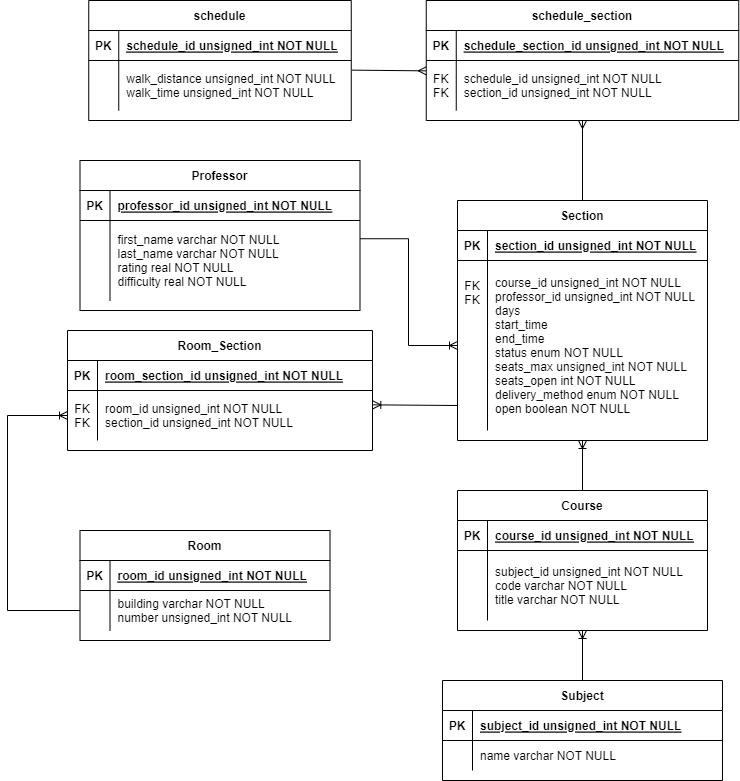
The draw.io diagram Entity Relationship Diagram Storage.png in MckennahPalmer/CSE430, before a commit. Source tidied: cells renumbered, new cells last; positions are measured from the earlier drawing's top-left corner, leaving out a move shared by most shapes.
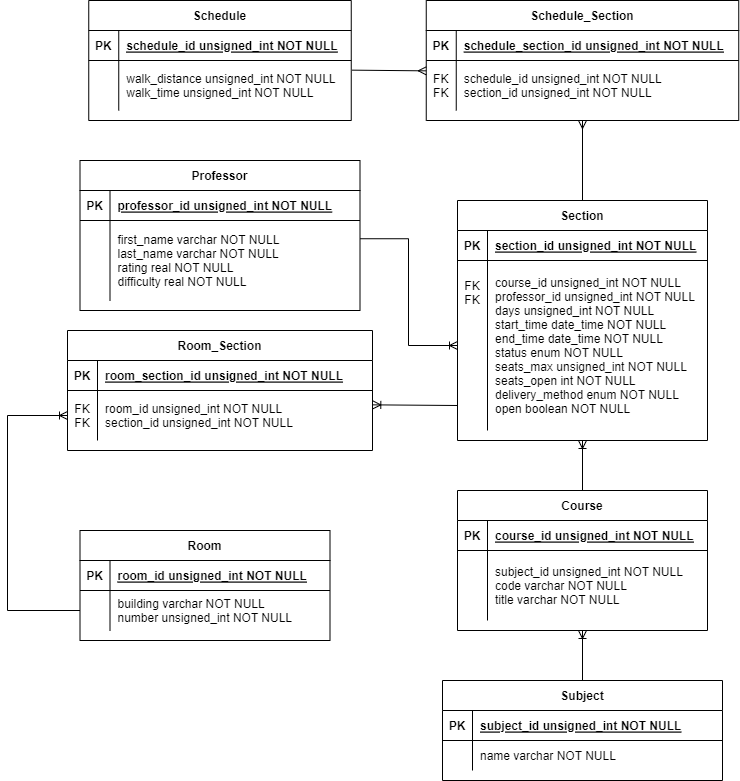
Above is the later version.

The edit, as a diff of the source:
```diff
@@ -41,7 +41,7 @@
     <mxCell id="14" value="FK&#10;FK&#10;&#10;&#10;&#10;&#10;&#10;&#10;" style="shape=partialRectangle;overflow=hidden;fillColor=none;top=0;left=0;bottom=0;right=0;spacingTop=-5;spacingBottom=4;" parent="13" vertex="1">
       <mxGeometry width="30" height="170" as="geometry" />
     </mxCell>
-    <mxCell id="15" value="course_id unsigned_int NOT NULL&#10;professor_id unsigned_int NOT NULL&#10;days&#10;start_time&#10;end_time&#10;status enum NOT NULL&#10;seats_max unsigned_int NOT NULL&#10;seats_open int NOT NULL&#10;delivery_method enum NOT NULL&#10;open boolean NOT NULL" style="shape=partialRectangle;overflow=hidden;fillColor=none;top=0;left=0;bottom=0;right=0;align=left;spacingLeft=6;" parent="13" vertex="1">
+    <mxCell id="15" value="course_id unsigned_int NOT NULL&#10;professor_id unsigned_int NOT NULL&#10;days unsigned_int NOT NULL&#10;start_time date_time NOT NULL&#10;end_time date_time NOT NULL&#10;status enum NOT NULL&#10;seats_max unsigned_int NOT NULL&#10;seats_open int NOT NULL&#10;delivery_method enum NOT NULL&#10;open boolean NOT NULL" style="shape=partialRectangle;overflow=hidden;fillColor=none;top=0;left=0;bottom=0;right=0;align=left;spacingLeft=6;" parent="13" vertex="1">
       <mxGeometry x="30" width="220" height="170" as="geometry" />
     </mxCell>
     <mxCell id="16" value="Room" style="shape=table;startSize=30;rowLines=0;fontStyle=1;align=center;" parent="1" vertex="1">
@@ -62,7 +62,7 @@
     <mxCell id="21" style="shape=partialRectangle;overflow=hidden;fillColor=none;top=0;left=0;bottom=0;right=0;" parent="20" vertex="1">
       <mxGeometry width="30" height="40" as="geometry" />
     </mxCell>
-    <mxCell id="22" value="building varchar NOT NULL&#10;number unsigned_int NOT NULL" style="shape=partialRectangle;overflow=hidden;fillColor=none;top=0;left=0;bottom=0;right=0;align=left;spacingLeft=6;" parent="20" vertex="1">
+    <mxCell id="22" value="building varchar NOT NULL&#10;number unsigned_int NOT NULL" style="shape=partialRectangle;overflow=hidden;fillColor=none;top=0;left=0;bottom=0;right=0;align=left;spacingLeft=6;fontStyle=0;" parent="20" vertex="1">
       <mxGeometry x="30" width="220" height="40" as="geometry" />
     </mxCell>
     <mxCell id="23" value="Room_Section" style="shape=table;startSize=30;rowLines=0;fontStyle=1;align=center;" parent="1" vertex="1">
@@ -149,7 +149,7 @@
     <mxCell id="48" style="fontSize=12;html=1;endArrow=ERoneToMany;rounded=0;exitX=1.001;exitY=0.228;exitDx=0;exitDy=0;exitPerimeter=0;edgeStyle=elbowEdgeStyle;" parent="1" edge="1" source="6" target="13">
       <mxGeometry relative="1" as="geometry" />
     </mxCell>
-    <mxCell id="49" value="schedule" style="shape=table;startSize=30;rowLines=0;fontStyle=1;align=center;" parent="1" vertex="1">
+    <mxCell id="49" value="Schedule" style="shape=table;startSize=30;rowLines=0;fontStyle=1;align=center;" parent="1" vertex="1">
       <mxGeometry x="81.2" width="262.5" height="120" as="geometry" />
     </mxCell>
     <mxCell id="50" style="shape=partialRectangle;fillColor=none;top=0;left=0;right=0;bottom=1;" parent="49" vertex="1">
@@ -170,7 +170,7 @@
     <mxCell id="55" value="walk_distance unsigned_int NOT NULL&#10;walk_time unsigned_int NOT NULL" style="shape=partialRectangle;overflow=hidden;fillColor=none;top=0;left=0;bottom=0;right=0;align=left;spacingLeft=6;" parent="53" vertex="1">
       <mxGeometry x="30" width="232.5" height="50" as="geometry" />
     </mxCell>
-    <mxCell id="56" value="schedule_section" style="shape=table;startSize=30;rowLines=0;fontStyle=1;align=center;" parent="1" vertex="1">
+    <mxCell id="56" value="Schedule_Section" style="shape=table;startSize=30;rowLines=0;fontStyle=1;align=center;" parent="1" vertex="1">
       <mxGeometry x="418.8" width="312.5" height="120" as="geometry" />
     </mxCell>
     <mxCell id="57" style="shape=partialRectangle;fillColor=none;top=0;left=0;right=0;bottom=1;" parent="56" vertex="1">
```
